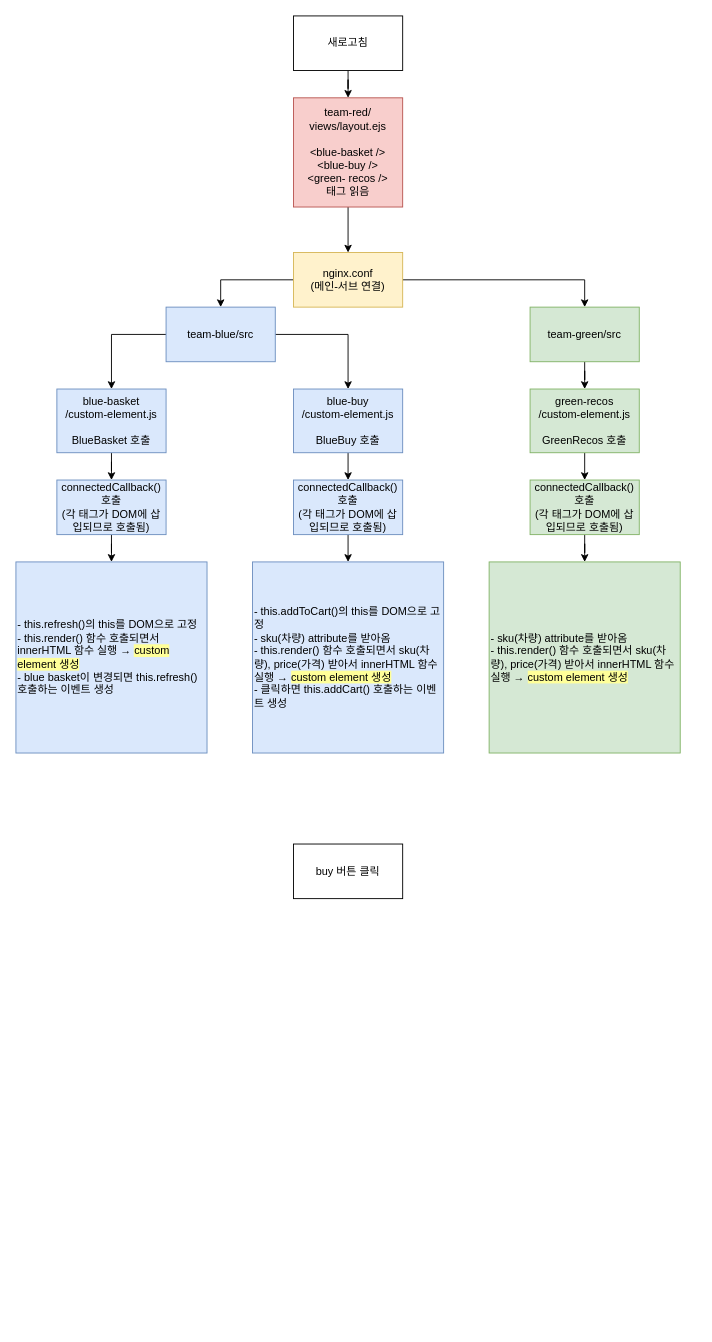
This is micro-frontend-lifecycle.drawio from unuhqueen/Micro-Frontend, a draw.io file, before an edit. Source tidied: cells renumbered, new cells numbered last; positions are measured from the earlier drawing's top-left corner, leaving out a move shared by most shapes. Both pictures are drawn from the tidied source at 91%, with x=0, y=0 at pixel (15, 15).
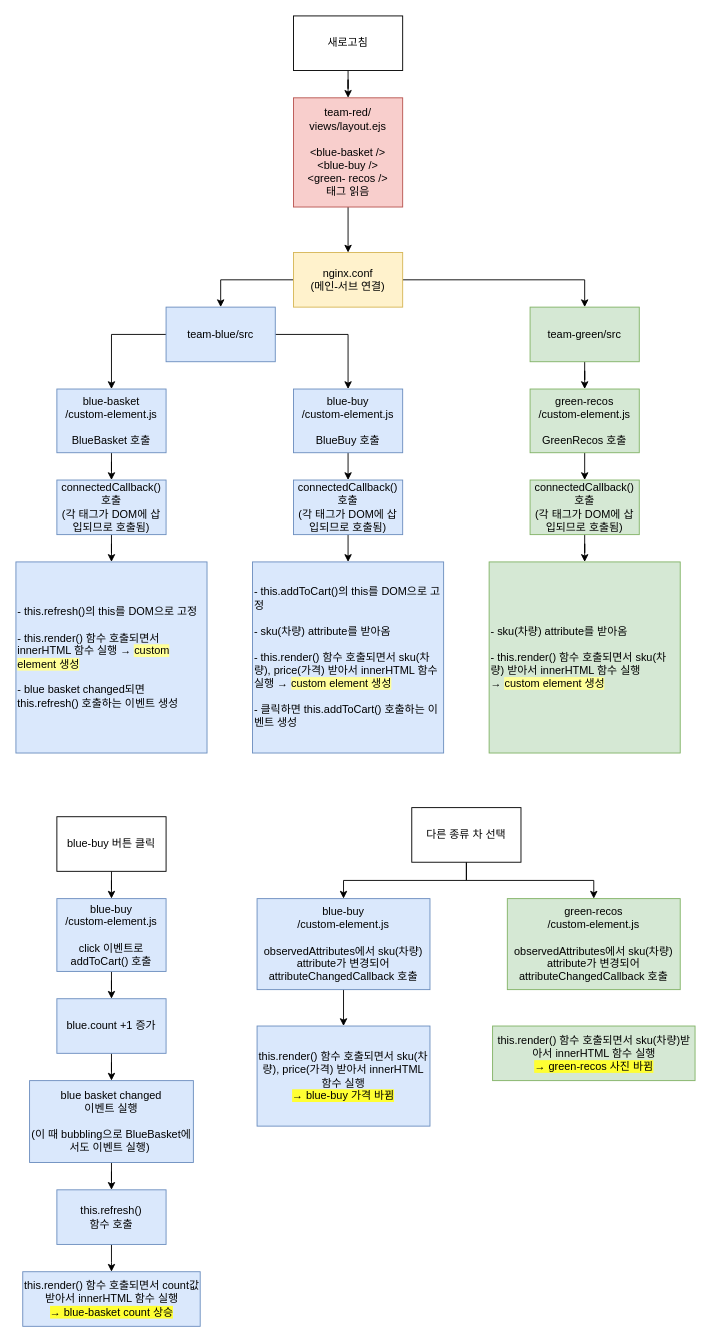
The same page after the edit.

Change to the diagram source:
```diff
@@
-    <mxCell id="26" value="- this.refresh()의 this를 DOM으로 고정&lt;br&gt;- this.render() 함수 호출되면서 innerHTML 함수 실행 → &lt;span style=&quot;background-color: rgb(255 , 255 , 153)&quot;&gt;custom element 생성&lt;/span&gt;&lt;br&gt;- blue basket이 변경되면 this.refresh() 호출하는 이벤트 생성" style="rounded=0;whiteSpace=wrap;html=1;fillColor=#dae8fc;strokeColor=#6c8ebf;align=left;" parent="1" vertex="1">
+    <mxCell id="26" value="- this.refresh()의 this를 DOM으로 고정&lt;br&gt;&lt;br&gt;- this.render() 함수 호출되면서 innerHTML 함수 실행 → &lt;span style=&quot;background-color: rgb(255 , 255 , 153)&quot;&gt;custom element 생성&lt;br&gt;&lt;/span&gt;&lt;br&gt;- blue basket changed되면 this.refresh() 호출하는 이벤트 생성" style="rounded=0;whiteSpace=wrap;html=1;fillColor=#dae8fc;strokeColor=#6c8ebf;align=left;" parent="1" vertex="1">
       <mxGeometry y="600" width="210" height="210" as="geometry" />
     </mxCell>
-    <mxCell id="27" value="- this.addToCart()의 this를 DOM으로 고정&lt;br&gt;- sku(차량) attribute를 받아옴&lt;br&gt;- this.render() 함수 호출되면서 sku(차량), price(가격) 받아서 innerHTML 함수 실행 →&amp;nbsp;&lt;span style=&quot;background-color: rgb(255 , 255 , 153)&quot;&gt;custom element 생성&lt;/span&gt;&lt;br&gt;- 클릭하면 this.addCart() 호출하는 이벤트 생성" style="rounded=0;whiteSpace=wrap;html=1;fillColor=#dae8fc;strokeColor=#6c8ebf;align=left;" parent="1" vertex="1">
+    <mxCell id="27" value="- this.addToCart()의 this를 DOM으로 고정&lt;br&gt;&lt;br&gt;- sku(차량) attribute를 받아옴&lt;br&gt;&lt;br&gt;- this.render() 함수 호출되면서 sku(차량), price(가격) 받아서 innerHTML 함수 실행 →&amp;nbsp;&lt;span style=&quot;background-color: rgb(255 , 255 , 153)&quot;&gt;custom element 생성&lt;br&gt;&lt;/span&gt;&lt;br&gt;- 클릭하면 this.addToCart() 호출하는 이벤트 생성" style="rounded=0;whiteSpace=wrap;html=1;fillColor=#dae8fc;strokeColor=#6c8ebf;align=left;" parent="1" vertex="1">
       <mxGeometry x="260" y="600" width="210" height="210" as="geometry" />
     </mxCell>
-    <mxCell id="28" value="- sku(차량) attribute를 받아옴&lt;br&gt;- this.render() 함수 호출되면서 sku(차량), price(가격) 받아서 innerHTML 함수 실행 →&amp;nbsp;&lt;span style=&quot;background-color: rgb(255 , 255 , 153)&quot;&gt;custom element 생성&lt;/span&gt;" style="rounded=0;whiteSpace=wrap;html=1;fillColor=#d5e8d4;strokeColor=#82b366;align=left;" parent="1" vertex="1">
+    <mxCell id="28" value="- sku(차량) attribute를 받아옴&lt;br&gt;&lt;br&gt;- this.render() 함수 호출되면서 sku(차량) 받아서 innerHTML 함수 실행 →&amp;nbsp;&lt;span style=&quot;background-color: rgb(255 , 255 , 153)&quot;&gt;custom element 생성&lt;/span&gt;" style="rounded=0;whiteSpace=wrap;html=1;fillColor=#d5e8d4;strokeColor=#82b366;align=left;" parent="1" vertex="1">
       <mxGeometry x="520" y="600" width="210" height="210" as="geometry" />
     </mxCell>
+    <mxCell id="30" style="edgeStyle=orthogonalEdgeStyle;rounded=0;jettySize=auto;html=1;entryX=0.5;entryY=0;entryDx=0;entryDy=0;" parent="1" edge="1" source="29" target="32">
+      <mxGeometry relative="1" as="geometry" />
+    </mxCell>
-    <mxCell id="29" value="buy 버튼 클릭" style="rounded=0;whiteSpace=wrap;html=1;" parent="1" vertex="1">
-      <mxGeometry x="305" y="910" width="120" height="60" as="geometry" />
+    <mxCell id="29" value="blue-buy 버튼 클릭" style="rounded=0;whiteSpace=wrap;html=1;" parent="1" vertex="1">
+      <mxGeometry x="45" y="880" width="120" height="60" as="geometry" />
     </mxCell>
+    <mxCell id="31" style="edgeStyle=orthogonalEdgeStyle;rounded=0;jettySize=auto;html=1;entryX=0.5;entryY=0;entryDx=0;entryDy=0;" parent="1" edge="1" source="32" target="34">
+      <mxGeometry relative="1" as="geometry" />
+    </mxCell>
+    <mxCell id="32" value="blue-buy&lt;br&gt;/custom-element.js&lt;br&gt;&amp;nbsp;&lt;br&gt;click 이벤트로&lt;br&gt;addToCart() 호출" style="rounded=0;whiteSpace=wrap;html=1;fillColor=#dae8fc;strokeColor=#6c8ebf;" parent="1" vertex="1">
+      <mxGeometry x="45" y="970" width="120" height="80" as="geometry" />
+    </mxCell>
+    <mxCell id="33" style="edgeStyle=orthogonalEdgeStyle;rounded=0;jettySize=auto;html=1;entryX=0.5;entryY=0;entryDx=0;entryDy=0;" parent="1" edge="1" source="34" target="36">
+      <mxGeometry relative="1" as="geometry" />
+    </mxCell>
+    <mxCell id="34" value="blue.count +1 증가" style="rounded=0;whiteSpace=wrap;html=1;fillColor=#dae8fc;strokeColor=#6c8ebf;" parent="1" vertex="1">
+      <mxGeometry x="45" y="1080" width="120" height="60" as="geometry" />
+    </mxCell>
+    <mxCell id="35" style="edgeStyle=orthogonalEdgeStyle;rounded=0;jettySize=auto;html=1;entryX=0.5;entryY=0;entryDx=0;entryDy=0;" parent="1" edge="1" source="36" target="38">
+      <mxGeometry relative="1" as="geometry" />
+    </mxCell>
+    <mxCell id="36" value="blue basket changed&lt;br&gt;이벤트 실행&lt;br&gt;&lt;br&gt;(이 때 bubbling으로 BlueBasket에서도 이벤트 실행)&amp;nbsp;" style="rounded=0;whiteSpace=wrap;html=1;fillColor=#dae8fc;strokeColor=#6c8ebf;" parent="1" vertex="1">
+      <mxGeometry x="15" y="1170" width="180" height="90" as="geometry" />
+    </mxCell>
+    <mxCell id="37" style="edgeStyle=orthogonalEdgeStyle;rounded=0;jettySize=auto;html=1;entryX=0.5;entryY=0;entryDx=0;entryDy=0;" parent="1" edge="1" source="38">
+      <mxGeometry relative="1" as="geometry">
+        <mxPoint x="105" y="1380" as="targetPoint" />
+      </mxGeometry>
+    </mxCell>
+    <mxCell id="38" value="this.refresh()&lt;br&gt;함수 호출" style="rounded=0;whiteSpace=wrap;html=1;fillColor=#dae8fc;strokeColor=#6c8ebf;" parent="1" vertex="1">
+      <mxGeometry x="45" y="1290" width="120" height="60" as="geometry" />
+    </mxCell>
+    <mxCell id="39" value="this.render() 함수 호출되면서 count값 받아서 innerHTML 함수 실행&lt;br&gt;&lt;span style=&quot;background-color: rgb(255 , 255 , 51)&quot;&gt;→ blue-basket count 상승&lt;/span&gt;" style="rounded=0;whiteSpace=wrap;html=1;fillColor=#dae8fc;strokeColor=#6c8ebf;" parent="1" vertex="1">
+      <mxGeometry x="7.5" y="1380" width="195" height="60" as="geometry" />
+    </mxCell>
+    <mxCell id="40" style="edgeStyle=orthogonalEdgeStyle;rounded=0;jettySize=auto;html=1;entryX=0.5;entryY=0;entryDx=0;entryDy=0;" parent="1" edge="1" source="42" target="44">
+      <mxGeometry relative="1" as="geometry" />
+    </mxCell>
+    <mxCell id="41" style="edgeStyle=orthogonalEdgeStyle;rounded=0;jettySize=auto;html=1;" parent="1" edge="1" source="42" target="45">
+      <mxGeometry relative="1" as="geometry" />
+    </mxCell>
+    <mxCell id="42" value="다른 종류 차 선택" style="rounded=0;whiteSpace=wrap;html=1;" parent="1" vertex="1">
+      <mxGeometry x="435" y="870" width="120" height="60" as="geometry" />
+    </mxCell>
+    <mxCell id="43" style="edgeStyle=orthogonalEdgeStyle;rounded=0;jettySize=auto;html=1;exitX=0.5;exitY=1;exitDx=0;exitDy=0;entryX=0.5;entryY=0;entryDx=0;entryDy=0;" parent="1" edge="1" source="44" target="46">
+      <mxGeometry relative="1" as="geometry" />
+    </mxCell>
+    <mxCell id="44" value="blue-buy&lt;br&gt;/custom-element.js&lt;br&gt;&amp;nbsp;&lt;br&gt;observedAttributes에서 sku(차량) attribute가 변경되어 attributeChangedCallback 호출" style="rounded=0;whiteSpace=wrap;html=1;fillColor=#dae8fc;strokeColor=#6c8ebf;" parent="1" vertex="1">
+      <mxGeometry x="265" y="970" width="190" height="100" as="geometry" />
+    </mxCell>
+    <mxCell id="45" value="green-recos&lt;br&gt;/custom-element.js&lt;br&gt;&amp;nbsp;&lt;br&gt;observedAttributes에서 sku(차량) attribute가 변경되어 attributeChangedCallback 호출" style="rounded=0;whiteSpace=wrap;html=1;fillColor=#d5e8d4;strokeColor=#82b366;" parent="1" vertex="1">
+      <mxGeometry x="540" y="970" width="190" height="100" as="geometry" />
+    </mxCell>
+    <mxCell id="46" value="this.render() 함수 호출되면서 sku(차량), price(가격) 받아서 innerHTML 함수 실행&lt;br&gt;&lt;span style=&quot;background-color: rgb(255 , 255 , 51)&quot;&gt;→ blue-buy 가격 바뀜&lt;/span&gt;" style="rounded=0;whiteSpace=wrap;html=1;fillColor=#dae8fc;strokeColor=#6c8ebf;" parent="1" vertex="1">
+      <mxGeometry x="265" y="1110" width="190" height="110" as="geometry" />
+    </mxCell>
+    <mxCell id="47" value="this.render() 함수 호출되면서 sku(차량)받아서 innerHTML 함수 실행&lt;br&gt;&lt;span style=&quot;background-color: rgb(255 , 255 , 51)&quot;&gt;→ green-recos 사진 바뀜&lt;/span&gt;" style="rounded=0;whiteSpace=wrap;html=1;fillColor=#d5e8d4;strokeColor=#82b366;" parent="1" vertex="1">
+      <mxGeometry x="523.8" y="1110" width="222.5" height="60" as="geometry" />
+    </mxCell>
```
